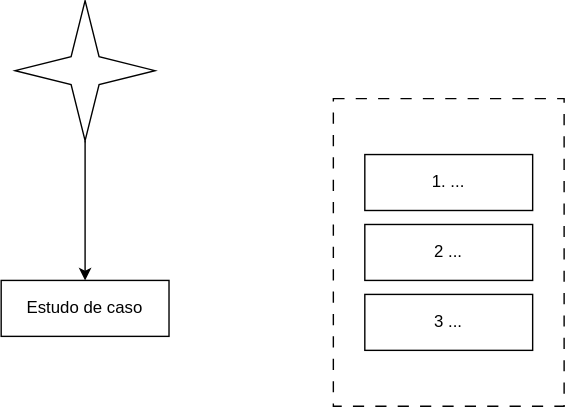
Before: f-estudoAtivo/mapaPlanejamento/EstudoAtivo.drawio.svg, a diagram exported from draw.io (RenatoDeFreitas/ANALISE-DE-DADOS). Source tidied: cells renumbered, new cells last; positions are measured from the earlier drawing's top-left corner, leaving out a move shared by most shapes.
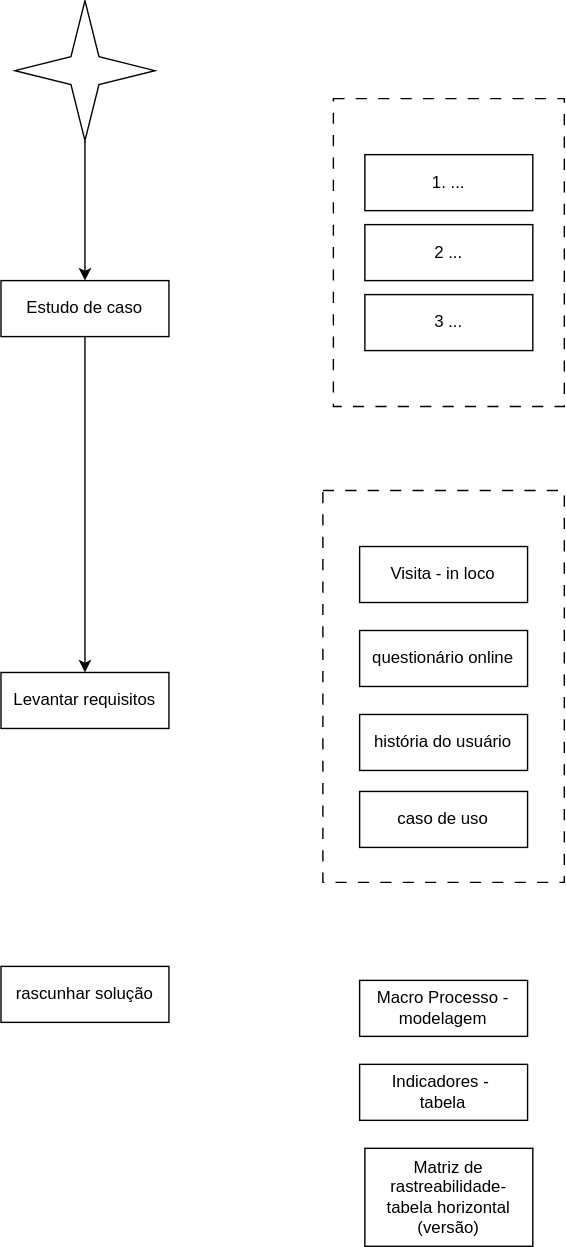
After the commit.

Change to the diagram source:
```diff
@@ -11,6 +11,9 @@
     <mxCell id="4" style="verticalLabelPosition=bottom;verticalAlign=top;html=1;shape=mxgraph.basic.4_point_star_2;dx=0.8;" parent="1" vertex="1">
       <mxGeometry x="10" width="100" height="100" as="geometry" />
     </mxCell>
+    <mxCell id="9" style="edgeStyle=orthogonalEdgeStyle;rounded=0;jettySize=auto;html=1;" parent="1" edge="1" source="5" target="10">
+      <mxGeometry relative="1" as="geometry" />
+    </mxCell>
     <mxCell id="5" value="Estudo de caso" style="whiteSpace=wrap;html=1;verticalAlign=middle;" parent="1" vertex="1">
       <mxGeometry y="200" width="120" height="40" as="geometry" />
     </mxCell>
@@ -23,5 +26,35 @@
     <mxCell id="8" value="2 ..." style="whiteSpace=wrap;html=1;verticalAlign=middle;" parent="1" vertex="1">
       <mxGeometry x="260" y="160" width="120" height="40" as="geometry" />
     </mxCell>
+    <mxCell id="10" value="Levantar requisitos" style="whiteSpace=wrap;html=1;verticalAlign=middle;" parent="1" vertex="1">
+      <mxGeometry y="480" width="120" height="40" as="geometry" />
+    </mxCell>
+    <mxCell id="11" value="Visita - in loco" style="whiteSpace=wrap;html=1;verticalAlign=middle;" parent="1" vertex="1">
+      <mxGeometry x="256.2" y="390" width="120" height="40" as="geometry" />
+    </mxCell>
+    <mxCell id="12" value="questionário online" style="whiteSpace=wrap;html=1;verticalAlign=middle;" parent="1" vertex="1">
+      <mxGeometry x="256.2" y="450" width="120" height="40" as="geometry" />
+    </mxCell>
+    <mxCell id="13" value="história do usuário" style="whiteSpace=wrap;html=1;verticalAlign=middle;" parent="1" vertex="1">
+      <mxGeometry x="256.2" y="510" width="120" height="40" as="geometry" />
+    </mxCell>
+    <mxCell id="14" value="caso de uso" style="whiteSpace=wrap;html=1;verticalAlign=middle;" parent="1" vertex="1">
+      <mxGeometry x="256.2" y="565" width="120" height="40" as="geometry" />
+    </mxCell>
+    <mxCell id="15" value="rascunhar solução" style="whiteSpace=wrap;html=1;verticalAlign=middle;" parent="1" vertex="1">
+      <mxGeometry y="690" width="120" height="40" as="geometry" />
+    </mxCell>
+    <mxCell id="16" value="Macro Processo - modelagem" style="whiteSpace=wrap;html=1;verticalAlign=middle;" parent="1" vertex="1">
+      <mxGeometry x="256.2" y="700" width="120" height="40" as="geometry" />
+    </mxCell>
+    <mxCell id="17" style="rounded=0;whiteSpace=wrap;html=1;fillColor=none;dashed=1;dashPattern=8 8;" parent="1" vertex="1">
+      <mxGeometry x="230" y="350" width="172.5" height="280" as="geometry" />
+    </mxCell>
+    <mxCell id="18" value="Indicadores -&amp;nbsp;&lt;div&gt;tabela&lt;/div&gt;" style="whiteSpace=wrap;html=1;verticalAlign=middle;" parent="1" vertex="1">
+      <mxGeometry x="256.2" y="760" width="120" height="40" as="geometry" />
+    </mxCell>
+    <mxCell id="19" value="Matriz de rastreabilidade-&lt;div&gt;tabela horizontal (versão)&lt;/div&gt;" style="whiteSpace=wrap;html=1;verticalAlign=middle;" parent="1" vertex="1">
+      <mxGeometry x="260" y="820" width="120" height="70" as="geometry" />
+    </mxCell>
   </root>
 </mxGraphModel>
```
